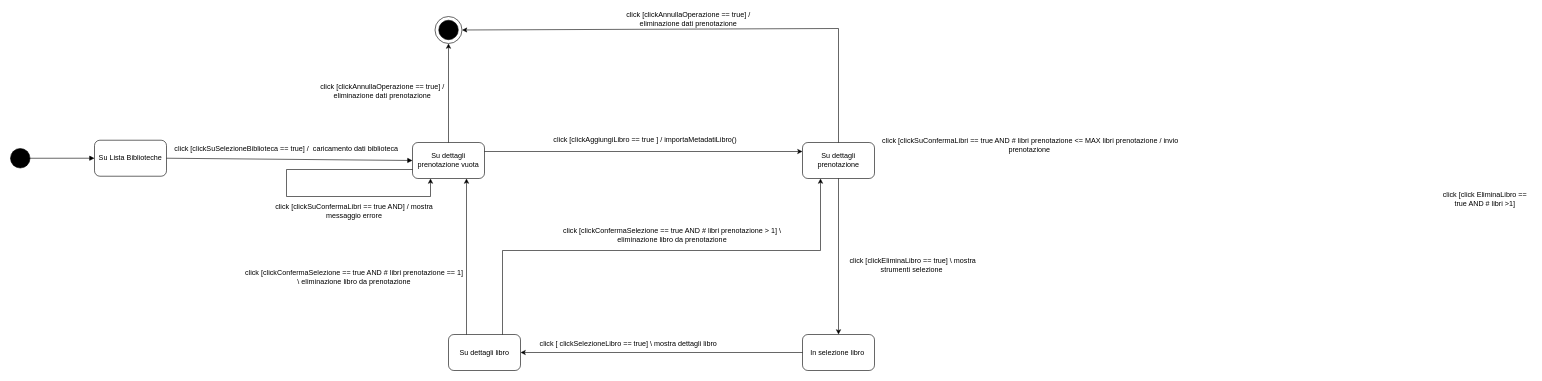
Tom-n7/progettoMurakami keeps this draw.io diagram as Elaborati Progettazione/Prenota Libro/Diagramma a stati/Prenota libro - stati.drawio. Above is the earlier version. Source tidied: cells renumbered, new cells numbered last; positions are measured from the earlier drawing's top-left corner, leaving out a move shared by most shapes. Both pictures are drawn from the tidied source at 60%, with x=0, y=0 at pixel (10, 10).
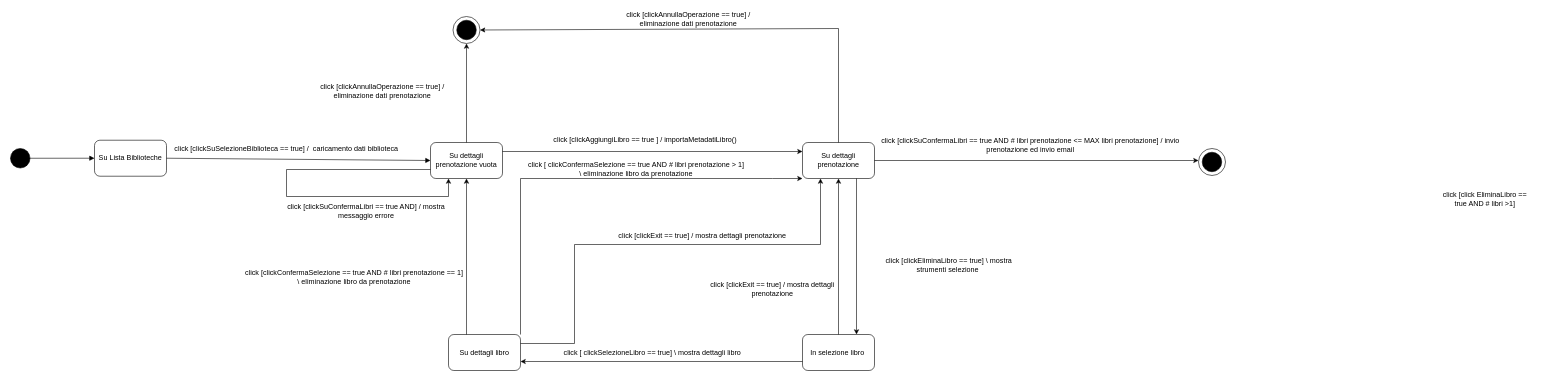
After the change.

Unchanged cells that the change refers to:
```xml
<mxCell id="12" value="In selezione libro&amp;nbsp;" style="rounded=1;whiteSpace=wrap;html=1;" parent="1" vertex="1">
  <mxGeometry x="1320" y="540" width="120" height="60" as="geometry" />
</mxCell>
<mxCell id="18" value="Su dettagli prenotazione" style="rounded=1;whiteSpace=wrap;html=1;" parent="1" vertex="1">
  <mxGeometry x="1320" y="220" width="120" height="60" as="geometry" />
</mxCell>
<mxCell id="22" value="Su dettagli libro" style="rounded=1;whiteSpace=wrap;html=1;" parent="1" vertex="1">
  <mxGeometry x="730" y="540" width="120" height="60" as="geometry" />
</mxCell>
```

Change to the diagram source:
```diff
@@
     <mxCell id="7" value="Su dettagli prenotazione vuota" style="rounded=1;whiteSpace=wrap;html=1;" parent="1" vertex="1">
-      <mxGeometry x="670" y="220" width="120" height="60" as="geometry" />
+      <mxGeometry x="700" y="220" width="120" height="60" as="geometry" />
     </mxCell>
@@
     <mxCell id="10" style="endArrow=classic;html=1;rounded=0;exitX=0;exitY=0.75;exitDx=0;exitDy=0;entryX=0.25;entryY=1;entryDx=0;entryDy=0;" parent="1" edge="1" source="7" target="7">
       <mxGeometry relative="1" as="geometry">
         <Array as="points">
           <mxPoint x="460" y="265" />
           <mxPoint x="460" y="310" />
-          <mxPoint x="700" y="310" />
+          <mxPoint x="730" y="310" />
         </Array>
       </mxGeometry>
     </mxCell>
     <mxCell id="11" value="click [clickSuConfermaLibri == true AND] / mostra messaggio errore" style="text;html=1;strokeColor=none;fillColor=none;align=center;verticalAlign=middle;whiteSpace=wrap;rounded=0;" parent="1" vertex="1">
-      <mxGeometry x="428" y="320" width="290" height="30" as="geometry" />
+      <mxGeometry x="447.5" y="320" width="290" height="30" as="geometry" />
     </mxCell>
@@
-    <mxCell id="13" value="click [clickSuConfermaLibri == true AND # libri prenotazione &amp;lt;= MAX libri prenotazione / invio prenotazione&amp;nbsp;" style="text;html=1;strokeColor=none;fillColor=none;align=center;verticalAlign=middle;whiteSpace=wrap;rounded=0;" parent="1" vertex="1">
+    <mxCell id="13" value="click [clickSuConfermaLibri == true AND # libri prenotazione &amp;lt;= MAX libri prenotazione] / invio prenotazione ed invio email" style="text;html=1;strokeColor=none;fillColor=none;align=center;verticalAlign=middle;whiteSpace=wrap;rounded=0;" parent="1" vertex="1">
       <mxGeometry x="1450" y="210" width="500" height="30" as="geometry" />
     </mxCell>
@@
     <mxCell id="16" style="ellipse;whiteSpace=wrap;html=1;" parent="1" vertex="1">
-      <mxGeometry x="707.5" y="10" width="45" height="45" as="geometry" />
+      <mxGeometry x="737.5" y="10" width="45" height="45" as="geometry" />
     </mxCell>
     <mxCell id="17" style="ellipse;whiteSpace=wrap;html=1;fillColor=#000000;" parent="1" vertex="1">
-      <mxGeometry x="713.8" y="16.2" width="32.5" height="32.5" as="geometry" />
+      <mxGeometry x="743.8" y="16.2" width="32.5" height="32.5" as="geometry" />
     </mxCell>
@@
     <mxCell id="19" value="click [clickEliminaLibro == true] \ mostra strumenti selezione&amp;nbsp;" style="text;html=1;strokeColor=none;fillColor=none;align=center;verticalAlign=middle;whiteSpace=wrap;rounded=0;" parent="1" vertex="1">
-      <mxGeometry x="1380" y="410" width="248" height="30" as="geometry" />
+      <mxGeometry x="1440" y="410" width="248" height="30" as="geometry" />
     </mxCell>
@@
-    <mxCell id="21" style="endArrow=classic;html=1;rounded=0;exitX=0.5;exitY=1;exitDx=0;exitDy=0;entryX=0.5;entryY=0;entryDx=0;entryDy=0;" parent="1" edge="1" source="18" target="12">
+    <mxCell id="21" style="endArrow=classic;html=1;rounded=0;exitX=0.75;exitY=1;exitDx=0;exitDy=0;entryX=0.75;entryY=0;entryDx=0;entryDy=0;" parent="1" edge="1" source="18" target="12">
       <mxGeometry relative="1" as="geometry" />
     </mxCell>
@@
-    <mxCell id="23" style="endArrow=classic;html=1;rounded=0;exitX=0;exitY=0.5;exitDx=0;exitDy=0;entryX=1;entryY=0.5;entryDx=0;entryDy=0;" parent="1" edge="1" source="12" target="22">
+    <mxCell id="23" style="endArrow=classic;html=1;rounded=0;exitX=0;exitY=0.75;exitDx=0;exitDy=0;entryX=1;entryY=0.75;entryDx=0;entryDy=0;" parent="1" edge="1" source="12" target="22">
       <mxGeometry relative="1" as="geometry" />
     </mxCell>
     <mxCell id="24" value="click [ clickSelezioneLibro == true] \ mostra dettagli libro" style="text;html=1;strokeColor=none;fillColor=none;align=center;verticalAlign=middle;whiteSpace=wrap;rounded=0;" parent="1" vertex="1">
-      <mxGeometry x="850" y="540" width="360" height="30" as="geometry" />
+      <mxGeometry x="890" y="555" width="360" height="30" as="geometry" />
     </mxCell>
-    <mxCell id="25" style="endArrow=classic;html=1;rounded=0;exitX=0.25;exitY=0;exitDx=0;exitDy=0;entryX=0.75;entryY=1;entryDx=0;entryDy=0;" parent="1" edge="1" source="22" target="7">
+    <mxCell id="25" style="endArrow=classic;html=1;rounded=0;exitX=0.25;exitY=0;exitDx=0;exitDy=0;entryX=0.5;entryY=1;entryDx=0;entryDy=0;" parent="1" edge="1" source="22" target="7">
       <mxGeometry relative="1" as="geometry" />
     </mxCell>
@@
-    <mxCell id="27" style="endArrow=classic;html=1;rounded=0;exitX=0.75;exitY=0;exitDx=0;exitDy=0;entryX=0.25;entryY=1;entryDx=0;entryDy=0;" parent="1" edge="1" source="22" target="18">
+    <mxCell id="27" style="endArrow=classic;html=1;rounded=0;exitX=1;exitY=0;exitDx=0;exitDy=0;entryX=0;entryY=1;entryDx=0;entryDy=0;" parent="1" edge="1" source="22" target="18">
       <mxGeometry relative="1" as="geometry">
         <Array as="points">
-          <mxPoint x="820" y="400" />
-          <mxPoint x="1350" y="400" />
+          <mxPoint x="850" y="280" />
+          <mxPoint x="1270" y="280" />
         </Array>
       </mxGeometry>
     </mxCell>
-    <mxCell id="28" value="click [clickConfermaSelezione == true AND # libri prenotazione &amp;gt; 1] \ eliminazione libro da prenotazione" style="text;html=1;strokeColor=none;fillColor=none;align=center;verticalAlign=middle;whiteSpace=wrap;rounded=0;" parent="1" vertex="1">
-      <mxGeometry x="920" y="360" width="366" height="30" as="geometry" />
+    <mxCell id="28" value="click [ clickConfermaSelezione == true AND # libri prenotazione &amp;gt; 1] \ eliminazione libro da prenotazione" style="text;html=1;strokeColor=none;fillColor=none;align=center;verticalAlign=middle;whiteSpace=wrap;rounded=0;" parent="1" vertex="1">
+      <mxGeometry x="860" y="250" width="366" height="30" as="geometry" />
     </mxCell>
@@
+    <mxCell id="31" style="endArrow=classic;html=1;rounded=0;exitX=0.5;exitY=0;exitDx=0;exitDy=0;entryX=0.5;entryY=1;entryDx=0;entryDy=0;" parent="1" edge="1" source="12" target="18">
+      <mxGeometry relative="1" as="geometry" />
+    </mxCell>
+    <mxCell id="32" value="click [clickExit == true] / mostra dettagli prenotazione" style="text;html=1;strokeColor=none;fillColor=none;align=center;verticalAlign=middle;whiteSpace=wrap;rounded=0;" parent="1" vertex="1">
+      <mxGeometry x="1160" y="450" width="220" height="30" as="geometry" />
+    </mxCell>
+    <mxCell id="33" style="endArrow=classic;html=1;rounded=0;exitX=1;exitY=0.25;exitDx=0;exitDy=0;entryX=0.25;entryY=1;entryDx=0;entryDy=0;" parent="1" edge="1" source="22" target="18">
+      <mxGeometry relative="1" as="geometry">
+        <Array as="points">
+          <mxPoint x="940" y="555" />
+          <mxPoint x="940" y="390" />
+          <mxPoint x="1350" y="390" />
+        </Array>
+      </mxGeometry>
+    </mxCell>
+    <mxCell id="34" value="click [clickExit == true] / mostra dettagli prenotazione&amp;nbsp;" style="text;html=1;strokeColor=none;fillColor=none;align=center;verticalAlign=middle;whiteSpace=wrap;rounded=0;" parent="1" vertex="1">
+      <mxGeometry x="980" y="360" width="350" height="30" as="geometry" />
+    </mxCell>
+    <mxCell id="35" style="endArrow=classic;html=1;rounded=0;exitX=1;exitY=0.5;exitDx=0;exitDy=0;" parent="1" edge="1" source="18">
+      <mxGeometry relative="1" as="geometry">
+        <mxPoint x="1980" y="250" as="targetPoint" />
+      </mxGeometry>
+    </mxCell>
+    <mxCell id="36" style="ellipse;whiteSpace=wrap;html=1;" parent="1" vertex="1">
+      <mxGeometry x="1980" y="230" width="45" height="45" as="geometry" />
+    </mxCell>
+    <mxCell id="37" style="ellipse;whiteSpace=wrap;html=1;fillColor=#000000;" parent="1" vertex="1">
+      <mxGeometry x="1986.2" y="236.2" width="32.5" height="32.5" as="geometry" />
+    </mxCell>
```
